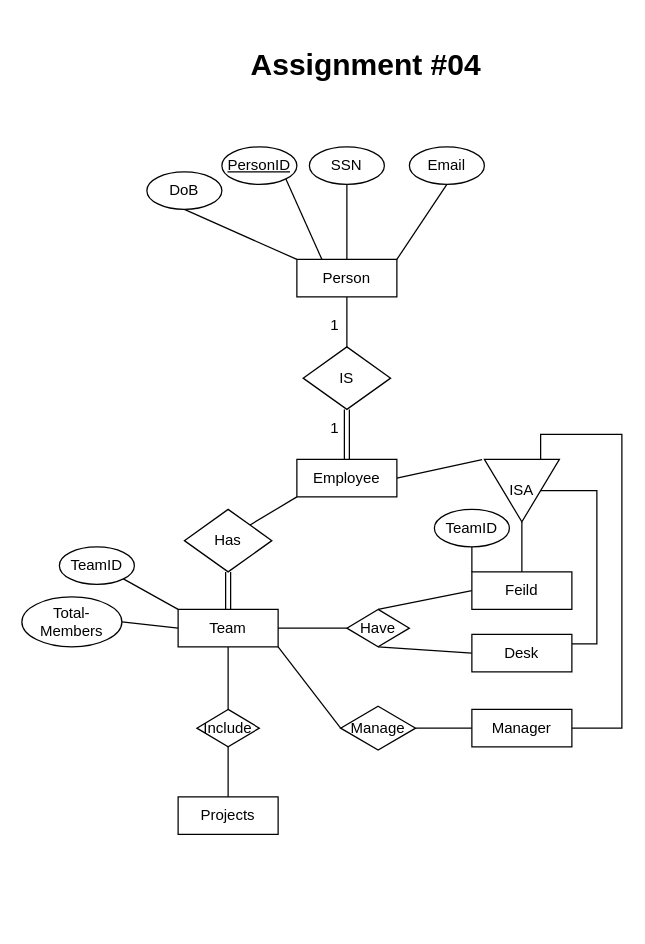
Earlier version of the draw.io diagram Untitled Diagram.drawio (barberna/CIS-353). Source tidied: cells renumbered, new cells numbered last; positions are measured from the earlier drawing's top-left corner, leaving out a move shared by most shapes. Both pictures are drawn from the tidied source at 125%, with x=0, y=0 at pixel (21, 40).
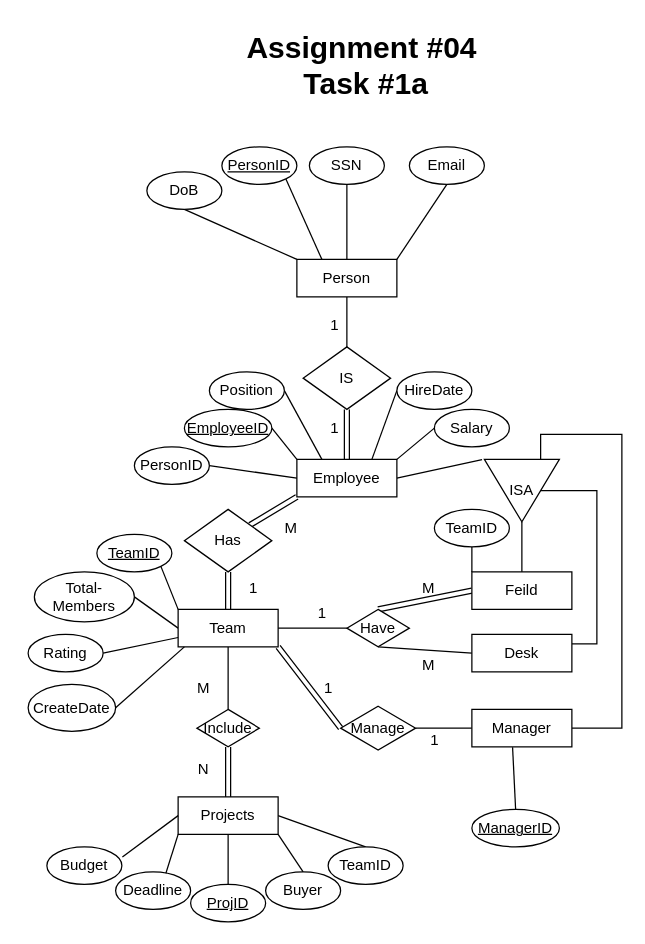
The same page after the edit.

Unchanged cells that the change refers to:
```xml
<mxCell id="9" value="Employee" style="rounded=0;whiteSpace=wrap;html=1;" parent="1" vertex="1">
  <mxGeometry x="220" y="335" width="80" height="30" as="geometry" />
</mxCell>
<mxCell id="27" value="Team" style="rounded=0;whiteSpace=wrap;html=1;" parent="1" vertex="1">
  <mxGeometry x="125" y="455" width="80" height="30" as="geometry" />
</mxCell>
<mxCell id="29" value="Feild" style="rounded=0;whiteSpace=wrap;html=1;" parent="1" vertex="1">
  <mxGeometry x="360" y="425" width="80" height="30" as="geometry" />
</mxCell>
<mxCell id="33" value="Has" style="rhombus;whiteSpace=wrap;html=1;" parent="1" vertex="1">
  <mxGeometry x="130" y="375" width="70" height="50" as="geometry" />
</mxCell>
<mxCell id="37" value="Manager" style="rounded=0;whiteSpace=wrap;html=1;" parent="1" vertex="1">
  <mxGeometry x="360" y="535" width="80" height="30" as="geometry" />
</mxCell>
<mxCell id="39" value="Have" style="rhombus;whiteSpace=wrap;html=1;" parent="1" vertex="1">
  <mxGeometry x="260" y="455" width="50" height="30" as="geometry" />
</mxCell>
<mxCell id="41" value="Manage" style="rhombus;whiteSpace=wrap;html=1;" parent="1" vertex="1">
  <mxGeometry x="255" y="532.5" width="60" height="35" as="geometry" />
</mxCell>
<mxCell id="43" value="Projects" style="rounded=0;whiteSpace=wrap;html=1;" parent="1" vertex="1">
  <mxGeometry x="125" y="605" width="80" height="30" as="geometry" />
</mxCell>
<mxCell id="44" value="Include" style="rhombus;whiteSpace=wrap;html=1;" parent="1" vertex="1">
  <mxGeometry x="140" y="535" width="50" height="30" as="geometry" />
</mxCell>
```

The edit, as a diff of the source:
```diff
@@
-    <mxCell id="2" value="&lt;font style=&quot;font-size: 24px;&quot;&gt;&lt;b&gt;Assignment #04&lt;/b&gt;&lt;/font&gt;" style="text;html=1;align=center;verticalAlign=middle;strokeColor=none;fillColor=none;" parent="1" vertex="1">
-      <mxGeometry x="170" width="210" height="40" as="geometry" />
+    <mxCell id="2" value="&lt;font style=&quot;font-size: 24px;&quot;&gt;&lt;b&gt;Assignment #04&amp;nbsp;&lt;/b&gt;&lt;/font&gt;&lt;div&gt;&lt;font style=&quot;font-size: 24px;&quot;&gt;&lt;b&gt;Task #1a&lt;/b&gt;&lt;/font&gt;&lt;/div&gt;" style="text;html=1;align=center;verticalAlign=middle;strokeColor=none;fillColor=none;" parent="1" vertex="1">
+      <mxGeometry x="170" y="-15" width="210" height="70" as="geometry" />
     </mxCell>
@@
-    <mxCell id="8" style="rounded=0;jettySize=auto;html=1;exitX=0;exitY=1;exitDx=0;exitDy=0;entryX=1;entryY=0;entryDx=0;entryDy=0;endArrow=none;endFill=0;" parent="1" edge="1" source="9" target="33">
+    <mxCell id="8" style="rounded=0;jettySize=auto;html=1;exitX=0;exitY=1;exitDx=0;exitDy=0;entryX=1;entryY=0;entryDx=0;entryDy=0;endArrow=none;endFill=0;shape=link;" parent="1" edge="1" source="9" target="33">
       <mxGeometry relative="1" as="geometry" />
     </mxCell>
+    <mxCell id="47" style="rounded=0;jettySize=auto;html=1;exitX=0.25;exitY=0;exitDx=0;exitDy=0;entryX=1;entryY=0.5;entryDx=0;entryDy=0;endArrow=none;endFill=0;" parent="1" edge="1" source="9" target="81">
+      <mxGeometry relative="1" as="geometry" />
+    </mxCell>
@@
-    <mxCell id="28" style="rounded=0;jettySize=auto;html=1;exitX=0;exitY=0.5;exitDx=0;exitDy=0;entryX=0.5;entryY=0;entryDx=0;entryDy=0;endArrow=none;endFill=0;" parent="1" edge="1" source="29" target="39">
+    <mxCell id="28" style="rounded=0;jettySize=auto;html=1;exitX=0;exitY=0.5;exitDx=0;exitDy=0;entryX=0.5;entryY=0;entryDx=0;entryDy=0;endArrow=none;endFill=0;shape=link;" parent="1" edge="1" source="29" target="39">
       <mxGeometry relative="1" as="geometry" />
     </mxCell>
@@
-    <mxCell id="40" style="rounded=0;jettySize=auto;html=1;exitX=0;exitY=0.5;exitDx=0;exitDy=0;entryX=1;entryY=1;entryDx=0;entryDy=0;endArrow=none;endFill=0;" parent="1" edge="1" source="41" target="27">
+    <mxCell id="40" style="rounded=0;jettySize=auto;html=1;exitX=0;exitY=0.5;exitDx=0;exitDy=0;entryX=1;entryY=1;entryDx=0;entryDy=0;endArrow=none;endFill=0;shape=link;" parent="1" edge="1" source="41" target="27">
       <mxGeometry relative="1" as="geometry" />
     </mxCell>
@@
-    <mxCell id="42" style="edgeStyle=orthogonalEdgeStyle;rounded=0;jettySize=auto;html=1;exitX=0.5;exitY=0;exitDx=0;exitDy=0;entryX=0.5;entryY=1;entryDx=0;entryDy=0;endArrow=none;endFill=0;" parent="1" edge="1" source="43" target="44">
+    <mxCell id="42" style="edgeStyle=orthogonalEdgeStyle;rounded=0;jettySize=auto;html=1;exitX=0.5;exitY=0;exitDx=0;exitDy=0;entryX=0.5;entryY=1;entryDx=0;entryDy=0;endArrow=none;endFill=0;shape=link;" parent="1" edge="1" source="43" target="44">
       <mxGeometry relative="1" as="geometry" />
     </mxCell>
+    <mxCell id="48" style="rounded=0;jettySize=auto;html=1;exitX=0.5;exitY=1;exitDx=0;exitDy=0;entryX=0.5;entryY=0;entryDx=0;entryDy=0;endArrow=none;endFill=0;" parent="1" edge="1" source="43" target="64">
+      <mxGeometry relative="1" as="geometry" />
+    </mxCell>
+    <mxCell id="49" style="rounded=0;jettySize=auto;html=1;exitX=1;exitY=1;exitDx=0;exitDy=0;entryX=0.5;entryY=0;entryDx=0;entryDy=0;endArrow=none;endFill=0;" parent="1" edge="1" source="43" target="65">
+      <mxGeometry relative="1" as="geometry" />
+    </mxCell>
+    <mxCell id="50" style="rounded=0;jettySize=auto;html=1;exitX=1;exitY=0.5;exitDx=0;exitDy=0;entryX=0.5;entryY=0;entryDx=0;entryDy=0;endArrow=none;endFill=0;" parent="1" edge="1" source="43" target="67">
+      <mxGeometry relative="1" as="geometry" />
+    </mxCell>
@@
-    <mxCell id="45" value="TeamID" style="ellipse;whiteSpace=wrap;html=1;" parent="1" vertex="1">
-      <mxGeometry x="30" y="405" width="60" height="30" as="geometry" />
+    <mxCell id="45" value="&lt;u&gt;TeamID&lt;/u&gt;" style="ellipse;whiteSpace=wrap;html=1;" parent="1" vertex="1">
+      <mxGeometry x="60" y="395" width="60" height="30" as="geometry" />
     </mxCell>
     <mxCell id="46" value="Total-Members" style="ellipse;whiteSpace=wrap;html=1;" parent="1" vertex="1">
-      <mxGeometry y="445" width="80" height="40" as="geometry" />
+      <mxGeometry x="10" y="425" width="80" height="40" as="geometry" />
     </mxCell>
+    <mxCell id="51" style="rounded=0;jettySize=auto;html=1;exitX=1;exitY=0.5;exitDx=0;exitDy=0;entryX=0;entryY=0.75;entryDx=0;entryDy=0;endArrow=none;endFill=0;" parent="1" edge="1" source="52" target="27">
+      <mxGeometry relative="1" as="geometry" />
+    </mxCell>
+    <mxCell id="52" value="Rating" style="ellipse;whiteSpace=wrap;html=1;" parent="1" vertex="1">
+      <mxGeometry x="5" y="475" width="60" height="30" as="geometry" />
+    </mxCell>
+    <mxCell id="53" style="rounded=0;jettySize=auto;html=1;exitX=1;exitY=0.5;exitDx=0;exitDy=0;endArrow=none;endFill=0;" parent="1" edge="1" source="54">
+      <mxGeometry relative="1" as="geometry">
+        <mxPoint x="130" y="485" as="targetPoint" />
+      </mxGeometry>
+    </mxCell>
+    <mxCell id="54" value="CreateDate" style="ellipse;whiteSpace=wrap;html=1;" parent="1" vertex="1">
+      <mxGeometry x="5" y="515" width="70" height="37.5" as="geometry" />
+    </mxCell>
+    <mxCell id="55" value="1" style="text;html=1;align=center;verticalAlign=middle;strokeColor=none;fillColor=none;" parent="1" vertex="1">
+      <mxGeometry x="170" y="423" width="30" height="30" as="geometry" />
+    </mxCell>
+    <mxCell id="56" value="M" style="text;html=1;align=center;verticalAlign=middle;strokeColor=none;fillColor=none;" parent="1" vertex="1">
+      <mxGeometry x="200" y="375" width="30" height="30" as="geometry" />
+    </mxCell>
+    <mxCell id="57" value="1" style="text;html=1;align=center;verticalAlign=middle;strokeColor=none;fillColor=none;" parent="1" vertex="1">
+      <mxGeometry x="230" y="502.5" width="30" height="30" as="geometry" />
+    </mxCell>
+    <mxCell id="58" value="1" style="text;html=1;align=center;verticalAlign=middle;strokeColor=none;fillColor=none;" parent="1" vertex="1">
+      <mxGeometry x="315" y="545" width="30" height="30" as="geometry" />
+    </mxCell>
+    <mxCell id="59" value="1" style="text;html=1;align=center;verticalAlign=middle;strokeColor=none;fillColor=none;" parent="1" vertex="1">
+      <mxGeometry x="225" y="443" width="30" height="30" as="geometry" />
+    </mxCell>
+    <mxCell id="60" value="M" style="text;html=1;align=center;verticalAlign=middle;strokeColor=none;fillColor=none;" parent="1" vertex="1">
+      <mxGeometry x="310" y="423" width="30" height="30" as="geometry" />
+    </mxCell>
+    <mxCell id="61" value="M" style="text;html=1;align=center;verticalAlign=middle;strokeColor=none;fillColor=none;" parent="1" vertex="1">
+      <mxGeometry x="310" y="485" width="30" height="30" as="geometry" />
+    </mxCell>
+    <mxCell id="62" value="M" style="text;html=1;align=center;verticalAlign=middle;strokeColor=none;fillColor=none;" parent="1" vertex="1">
+      <mxGeometry x="130" y="502.5" width="30" height="30" as="geometry" />
+    </mxCell>
+    <mxCell id="63" value="N" style="text;html=1;align=center;verticalAlign=middle;strokeColor=none;fillColor=none;" parent="1" vertex="1">
+      <mxGeometry x="130" y="567.5" width="30" height="30" as="geometry" />
+    </mxCell>
+    <mxCell id="64" value="&lt;u&gt;ProjID&lt;/u&gt;" style="ellipse;whiteSpace=wrap;html=1;" parent="1" vertex="1">
+      <mxGeometry x="135" y="675" width="60" height="30" as="geometry" />
+    </mxCell>
+    <mxCell id="65" value="Buyer" style="ellipse;whiteSpace=wrap;html=1;" parent="1" vertex="1">
+      <mxGeometry x="195" y="665" width="60" height="30" as="geometry" />
+    </mxCell>
+    <mxCell id="66" value="Deadline" style="ellipse;whiteSpace=wrap;html=1;" parent="1" vertex="1">
+      <mxGeometry x="75" y="665" width="60" height="30" as="geometry" />
+    </mxCell>
+    <mxCell id="67" value="TeamID" style="ellipse;whiteSpace=wrap;html=1;" parent="1" vertex="1">
+      <mxGeometry x="245" y="645" width="60" height="30" as="geometry" />
+    </mxCell>
+    <mxCell id="68" value="Budget" style="ellipse;whiteSpace=wrap;html=1;" parent="1" vertex="1">
+      <mxGeometry x="20" y="645" width="60" height="30" as="geometry" />
+    </mxCell>
+    <mxCell id="69" style="rounded=0;jettySize=auto;html=1;exitX=0;exitY=0.5;exitDx=0;exitDy=0;entryX=1.007;entryY=0.27;entryDx=0;entryDy=0;entryPerimeter=0;endArrow=none;endFill=0;" parent="1" edge="1" source="43" target="68">
+      <mxGeometry relative="1" as="geometry" />
+    </mxCell>
+    <mxCell id="70" style="rounded=0;jettySize=auto;html=1;exitX=0;exitY=1;exitDx=0;exitDy=0;entryX=0.67;entryY=0.038;entryDx=0;entryDy=0;entryPerimeter=0;endArrow=none;endFill=0;" parent="1" edge="1" source="43" target="66">
+      <mxGeometry relative="1" as="geometry" />
+    </mxCell>
+    <mxCell id="71" value="&lt;u&gt;ManagerID&lt;/u&gt;" style="ellipse;whiteSpace=wrap;html=1;" parent="1" vertex="1">
+      <mxGeometry x="360" y="615" width="70" height="30" as="geometry" />
+    </mxCell>
+    <mxCell id="72" style="rounded=0;jettySize=auto;html=1;exitX=0.5;exitY=0;exitDx=0;exitDy=0;entryX=0.407;entryY=1.009;entryDx=0;entryDy=0;entryPerimeter=0;endArrow=none;endFill=0;" parent="1" edge="1" source="71" target="37">
+      <mxGeometry relative="1" as="geometry" />
+    </mxCell>
+    <mxCell id="73" style="rounded=0;jettySize=auto;html=1;exitX=1;exitY=0.5;exitDx=0;exitDy=0;entryX=0;entryY=0;entryDx=0;entryDy=0;endArrow=none;endFill=0;" parent="1" edge="1" source="74" target="9">
+      <mxGeometry relative="1" as="geometry" />
+    </mxCell>
+    <mxCell id="74" value="&lt;u&gt;EmployeeID&lt;/u&gt;" style="ellipse;whiteSpace=wrap;html=1;" parent="1" vertex="1">
+      <mxGeometry x="130" y="295" width="70" height="30" as="geometry" />
+    </mxCell>
+    <mxCell id="75" style="rounded=0;jettySize=auto;html=1;exitX=1;exitY=0.5;exitDx=0;exitDy=0;entryX=0;entryY=0.5;entryDx=0;entryDy=0;endArrow=none;endFill=0;" parent="1" edge="1" source="76" target="9">
+      <mxGeometry relative="1" as="geometry" />
+    </mxCell>
+    <mxCell id="76" value="PersonID" style="ellipse;whiteSpace=wrap;html=1;" parent="1" vertex="1">
+      <mxGeometry x="90" y="325" width="60" height="30" as="geometry" />
+    </mxCell>
+    <mxCell id="77" style="rounded=0;jettySize=auto;html=1;exitX=0;exitY=0.5;exitDx=0;exitDy=0;entryX=0.75;entryY=0;entryDx=0;entryDy=0;endArrow=none;endFill=0;" parent="1" edge="1" source="78" target="9">
+      <mxGeometry relative="1" as="geometry" />
+    </mxCell>
+    <mxCell id="78" value="HireDate" style="ellipse;whiteSpace=wrap;html=1;" parent="1" vertex="1">
+      <mxGeometry x="300" y="265" width="60" height="30" as="geometry" />
+    </mxCell>
+    <mxCell id="79" style="rounded=0;jettySize=auto;html=1;exitX=0;exitY=0.5;exitDx=0;exitDy=0;entryX=1;entryY=0;entryDx=0;entryDy=0;endArrow=none;endFill=0;" parent="1" edge="1" source="80" target="9">
+      <mxGeometry relative="1" as="geometry" />
+    </mxCell>
+    <mxCell id="80" value="Salary" style="ellipse;whiteSpace=wrap;html=1;" parent="1" vertex="1">
+      <mxGeometry x="330" y="295" width="60" height="30" as="geometry" />
+    </mxCell>
+    <mxCell id="81" value="Position" style="ellipse;whiteSpace=wrap;html=1;" parent="1" vertex="1">
+      <mxGeometry x="150" y="265" width="60" height="30" as="geometry" />
+    </mxCell>
```
